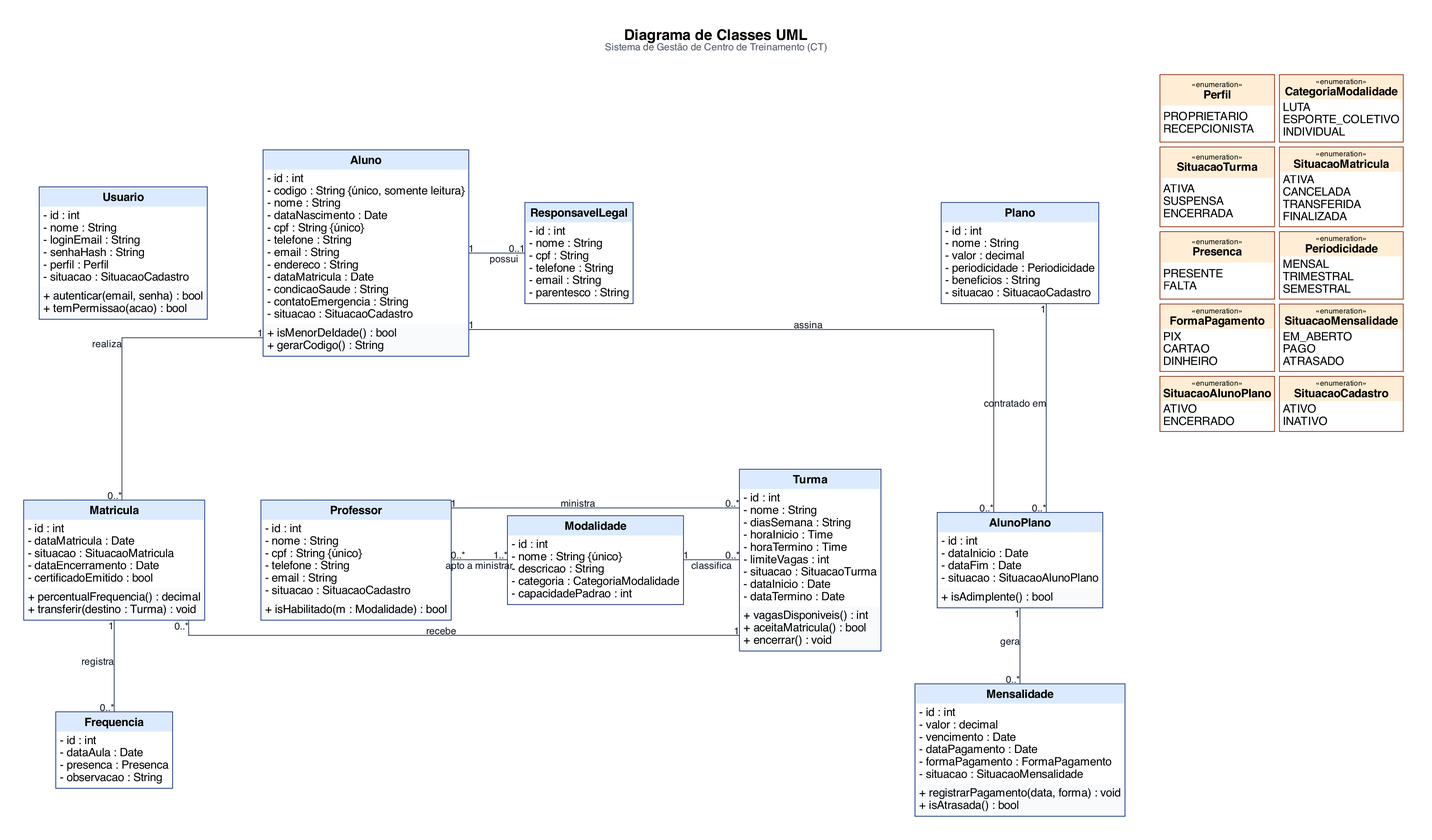
Before: docs/analise/diagramas/classes.png, a diagram exported from Graphviz (arthurvtl/centro-treinamento-devweb). Its source is kept beside it as docs/analise/diagramas/classes.dot.
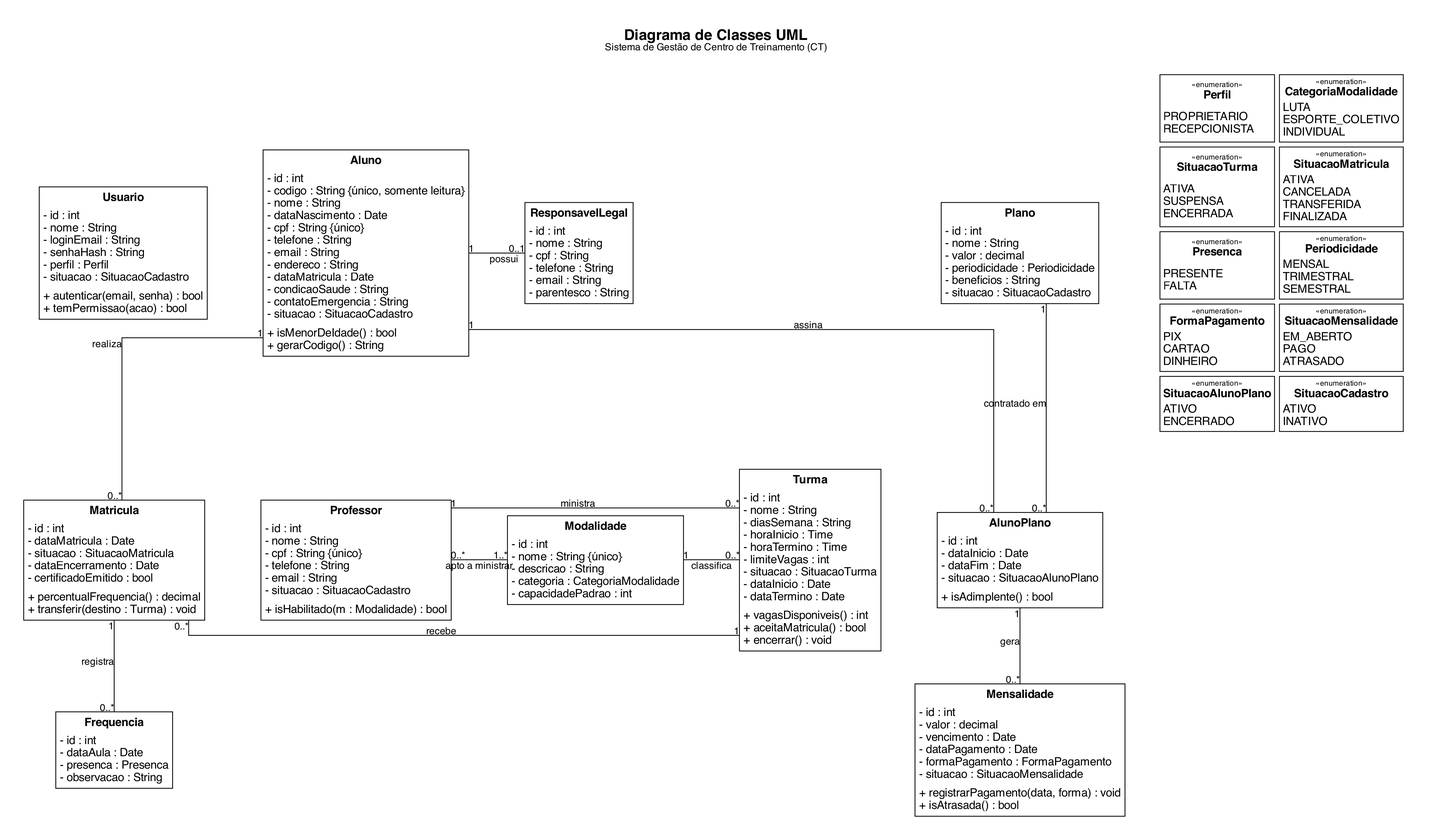
The same file after the commit.

Diff of the diagram source:
```diff
@@ -1,92 +1,92 @@
 digraph Classes {
   graph [
-    label=<<b>Diagrama de Classes UML</b><br/><font point-size="12" color="#4b5563">Sistema de Gestão de Centro de Treinamento (CT)</font><br/> >,
+    label=<<b>Diagrama de Classes UML</b><br/><font point-size="12" color="#000000">Sistema de Gestão de Centro de Treinamento (CT)</font><br/> >,
     labelloc=t, fontname="Helvetica", fontsize=18,
     rankdir=TB, splines=ortho, nodesep=0.95, ranksep=0.55, pad=0.4, bgcolor="white"
   ];
   node  [shape=plain, fontname="Helvetica", fontsize=14];
-  edge  [fontname="Helvetica", fontsize=12, color="#334155", fontcolor="#111827", arrowhead=none];
+  edge  [fontname="Helvetica", fontsize=12, color="#000000", fontcolor="#000000", arrowhead=none];
 
   Usuario [label=<
-    <table border="1" cellborder="0" cellspacing="0" cellpadding="4" color="#1e3a8a">
-      <tr><td bgcolor="#dbeafe"><b>Usuario</b></td></tr>
+    <table border="1" cellborder="0" cellspacing="0" cellpadding="4" color="#000000">
+      <tr><td><b>Usuario</b></td></tr>
       <tr><td align="left" balign="left">- id : int<br/>- nome : String<br/>- loginEmail : String<br/>- senhaHash : String<br/>- perfil : Perfil<br/>- situacao : SituacaoCadastro</td></tr>
-      <tr><td align="left" balign="left" bgcolor="#f8fafc">+ autenticar(email, senha) : bool<br/>+ temPermissao(acao) : bool</td></tr>
+      <tr><td align="left" balign="left">+ autenticar(email, senha) : bool<br/>+ temPermissao(acao) : bool</td></tr>
     </table>>];
 
   Aluno [label=<
-    <table border="1" cellborder="0" cellspacing="0" cellpadding="4" color="#1e3a8a">
-      <tr><td bgcolor="#dbeafe"><b>Aluno</b></td></tr>
+    <table border="1" cellborder="0" cellspacing="0" cellpadding="4" color="#000000">
+      <tr><td><b>Aluno</b></td></tr>
       <tr><td align="left" balign="left">- id : int<br/>- codigo : String {único, somente leitura}<br/>- nome : String<br/>- dataNascimento : Date<br/>- cpf : String {único}<br/>- telefone : String<br/>- email : String<br/>- endereco : String<br/>- dataMatricula : Date<br/>- condicaoSaude : String<br/>- contatoEmergencia : String<br/>- situacao : SituacaoCadastro</td></tr>
-      <tr><td align="left" balign="left" bgcolor="#f8fafc">+ isMenorDeIdade() : bool<br/>+ gerarCodigo() : String</td></tr>
+      <tr><td align="left" balign="left">+ isMenorDeIdade() : bool<br/>+ gerarCodigo() : String</td></tr>
     </table>>];
 
   ResponsavelLegal [label=<
-    <table border="1" cellborder="0" cellspacing="0" cellpadding="4" color="#1e3a8a">
-      <tr><td bgcolor="#dbeafe"><b>ResponsavelLegal</b></td></tr>
+    <table border="1" cellborder="0" cellspacing="0" cellpadding="4" color="#000000">
+      <tr><td><b>ResponsavelLegal</b></td></tr>
       <tr><td align="left" balign="left">- id : int<br/>- nome : String<br/>- cpf : String<br/>- telefone : String<br/>- email : String<br/>- parentesco : String</td></tr>
     </table>>];
 
   Professor [label=<
-    <table border="1" cellborder="0" cellspacing="0" cellpadding="4" color="#1e3a8a">
-      <tr><td bgcolor="#dbeafe"><b>Professor</b></td></tr>
+    <table border="1" cellborder="0" cellspacing="0" cellpadding="4" color="#000000">
+      <tr><td><b>Professor</b></td></tr>
       <tr><td align="left" balign="left">- id : int<br/>- nome : String<br/>- cpf : String {único}<br/>- telefone : String<br/>- email : String<br/>- situacao : SituacaoCadastro</td></tr>
-      <tr><td align="left" balign="left" bgcolor="#f8fafc">+ isHabilitado(m : Modalidade) : bool</td></tr>
+      <tr><td align="left" balign="left">+ isHabilitado(m : Modalidade) : bool</td></tr>
     </table>>];
 
   Modalidade [label=<
-    <table border="1" cellborder="0" cellspacing="0" cellpadding="4" color="#1e3a8a">
-      <tr><td bgcolor="#dbeafe"><b>Modalidade</b></td></tr>
+    <table border="1" cellborder="0" cellspacing="0" cellpadding="4" color="#000000">
+      <tr><td><b>Modalidade</b></td></tr>
       <tr><td align="left" balign="left">- id : int<br/>- nome : String {único}<br/>- descricao : String<br/>- categoria : CategoriaModalidade<br/>- capacidadePadrao : int</td></tr>
     </table>>];
 
   Turma [label=<
-    <table border="1" cellborder="0" cellspacing="0" cellpadding="4" color="#1e3a8a">
-      <tr><td bgcolor="#dbeafe"><b>Turma</b></td></tr>
+    <table border="1" cellborder="0" cellspacing="0" cellpadding="4" color="#000000">
+      <tr><td><b>Turma</b></td></tr>
       <tr><td align="left" balign="left">- id : int<br/>- nome : String<br/>- diasSemana : String<br/>- horaInicio : Time<br/>- horaTermino : Time<br/>- limiteVagas : int<br/>- situacao : SituacaoTurma<br/>- dataInicio : Date<br/>- dataTermino : Date</td></tr>
-      <tr><td align="left" balign="left" bgcolor="#f8fafc">+ vagasDisponiveis() : int<br/>+ aceitaMatricula() : bool<br/>+ encerrar() : void</td></tr>
+      <tr><td align="left" balign="left">+ vagasDisponiveis() : int<br/>+ aceitaMatricula() : bool<br/>+ encerrar() : void</td></tr>
     </table>>];
 
   Matricula [label=<
-    <table border="1" cellborder="0" cellspacing="0" cellpadding="4" color="#1e3a8a">
-      <tr><td bgcolor="#dbeafe"><b>Matricula</b></td></tr>
+    <table border="1" cellborder="0" cellspacing="0" cellpadding="4" color="#000000">
+      <tr><td><b>Matricula</b></td></tr>
       <tr><td align="left" balign="left">- id : int<br/>- dataMatricula : Date<br/>- situacao : SituacaoMatricula<br/>- dataEncerramento : Date<br/>- certificadoEmitido : bool</td></tr>
-      <tr><td align="left" balign="left" bgcolor="#f8fafc">+ percentualFrequencia() : decimal<br/>+ transferir(destino : Turma) : void</td></tr>
+      <tr><td align="left" balign="left">+ percentualFrequencia() : decimal<br/>+ transferir(destino : Turma) : void</td></tr>
     </table>>];
 
   Frequencia [label=<
-    <table border="1" cellborder="0" cellspacing="0" cellpadding="4" color="#1e3a8a">
-      <tr><td bgcolor="#dbeafe"><b>Frequencia</b></td></tr>
+    <table border="1" cellborder="0" cellspacing="0" cellpadding="4" color="#000000">
+      <tr><td><b>Frequencia</b></td></tr>
       <tr><td align="left" balign="left">- id : int<br/>- dataAula : Date<br/>- presenca : Presenca<br/>- observacao : String</td></tr>
     </table>>];
 
   Plano [label=<
-    <table border="1" cellborder="0" cellspacing="0" cellpadding="4" color="#1e3a8a">
-      <tr><td bgcolor="#dbeafe"><b>Plano</b></td></tr>
+    <table border="1" cellborder="0" cellspacing="0" cellpadding="4" color="#000000">
+      <tr><td><b>Plano</b></td></tr>
       <tr><td align="left" balign="left">- id : int<br/>- nome : String<br/>- valor : decimal<br/>- periodicidade : Periodicidade<br/>- beneficios : String<br/>- situacao : SituacaoCadastro</td></tr>
     </table>>];
 
   AlunoPlano [label=<
-    <table border="1" cellborder="0" cellspacing="0" cellpadding="4" color="#1e3a8a">
-      <tr><td bgcolor="#dbeafe"><b>AlunoPlano</b></td></tr>
+    <table border="1" cellborder="0" cellspacing="0" cellpadding="4" color="#000000">
+      <tr><td><b>AlunoPlano</b></td></tr>
       <tr><td align="left" balign="left">- id : int<br/>- dataInicio : Date<br/>- dataFim : Date<br/>- situacao : SituacaoAlunoPlano</td></tr>
-      <tr><td align="left" balign="left" bgcolor="#f8fafc">+ isAdimplente() : bool</td></tr>
+      <tr><td align="left" balign="left">+ isAdimplente() : bool</td></tr>
     </table>>];
 
   Mensalidade [label=<
-    <table border="1" cellborder="0" cellspacing="0" cellpadding="4" color="#1e3a8a">
-      <tr><td bgcolor="#dbeafe"><b>Mensalidade</b></td></tr>
+    <table border="1" cellborder="0" cellspacing="0" cellpadding="4" color="#000000">
+      <tr><td><b>Mensalidade</b></td></tr>
       <tr><td align="left" balign="left">- id : int<br/>- valor : decimal<br/>- vencimento : Date<br/>- dataPagamento : Date<br/>- formaPagamento : FormaPagamento<br/>- situacao : SituacaoMensalidade</td></tr>
-      <tr><td align="left" balign="left" bgcolor="#f8fafc">+ registrarPagamento(data, forma) : void<br/>+ isAtrasada() : bool</td></tr>
+      <tr><td align="left" balign="left">+ registrarPagamento(data, forma) : void<br/>+ isAtrasada() : bool</td></tr>
     </table>>];
 
   Enums [label=<
     <table border="0" cellborder="0" cellspacing="6" cellpadding="0">
-      <tr><td><table border="1" cellborder="0" cellspacing="0" cellpadding="3" color="#9a3412"><tr><td bgcolor="#ffedd5"><font point-size="9">«enumeration»</font><br/><b>Perfil</b></td></tr><tr><td align="left" balign="left">PROPRIETARIO<br/>RECEPCIONISTA</td></tr></table></td><td><table border="1" cellborder="0" cellspacing="0" cellpadding="3" color="#9a3412"><tr><td bgcolor="#ffedd5"><font point-size="9">«enumeration»</font><br/><b>CategoriaModalidade</b></td></tr><tr><td align="left" balign="left">LUTA<br/>ESPORTE_COLETIVO<br/>INDIVIDUAL</td></tr></table></td></tr>
-      <tr><td><table border="1" cellborder="0" cellspacing="0" cellpadding="3" color="#9a3412"><tr><td bgcolor="#ffedd5"><font point-size="9">«enumeration»</font><br/><b>SituacaoTurma</b></td></tr><tr><td align="left" balign="left">ATIVA<br/>SUSPENSA<br/>ENCERRADA</td></tr></table></td><td><table border="1" cellborder="0" cellspacing="0" cellpadding="3" color="#9a3412"><tr><td bgcolor="#ffedd5"><font point-size="9">«enumeration»</font><br/><b>SituacaoMatricula</b></td></tr><tr><td align="left" balign="left">ATIVA<br/>CANCELADA<br/>TRANSFERIDA<br/>FINALIZADA</td></tr></table></td></tr>
-      <tr><td><table border="1" cellborder="0" cellspacing="0" cellpadding="3" color="#9a3412"><tr><td bgcolor="#ffedd5"><font point-size="9">«enumeration»</font><br/><b>Presenca</b></td></tr><tr><td align="left" balign="left">PRESENTE<br/>FALTA</td></tr></table></td><td><table border="1" cellborder="0" cellspacing="0" cellpadding="3" color="#9a3412"><tr><td bgcolor="#ffedd5"><font point-size="9">«enumeration»</font><br/><b>Periodicidade</b></td></tr><tr><td align="left" balign="left">MENSAL<br/>TRIMESTRAL<br/>SEMESTRAL</td></tr></table></td></tr>
-      <tr><td><table border="1" cellborder="0" cellspacing="0" cellpadding="3" color="#9a3412"><tr><td bgcolor="#ffedd5"><font point-size="9">«enumeration»</font><br/><b>FormaPagamento</b></td></tr><tr><td align="left" balign="left">PIX<br/>CARTAO<br/>DINHEIRO</td></tr></table></td><td><table border="1" cellborder="0" cellspacing="0" cellpadding="3" color="#9a3412"><tr><td bgcolor="#ffedd5"><font point-size="9">«enumeration»</font><br/><b>SituacaoMensalidade</b></td></tr><tr><td align="left" balign="left">EM_ABERTO<br/>PAGO<br/>ATRASADO</td></tr></table></td></tr>
-      <tr><td><table border="1" cellborder="0" cellspacing="0" cellpadding="3" color="#9a3412"><tr><td bgcolor="#ffedd5"><font point-size="9">«enumeration»</font><br/><b>SituacaoAlunoPlano</b></td></tr><tr><td align="left" balign="left">ATIVO<br/>ENCERRADO</td></tr></table></td><td><table border="1" cellborder="0" cellspacing="0" cellpadding="3" color="#9a3412"><tr><td bgcolor="#ffedd5"><font point-size="9">«enumeration»</font><br/><b>SituacaoCadastro</b></td></tr><tr><td align="left" balign="left">ATIVO<br/>INATIVO</td></tr></table></td></tr>
+      <tr><td><table border="1" cellborder="0" cellspacing="0" cellpadding="3" color="#000000"><tr><td><font point-size="9">«enumeration»</font><br/><b>Perfil</b></td></tr><tr><td align="left" balign="left">PROPRIETARIO<br/>RECEPCIONISTA</td></tr></table></td><td><table border="1" cellborder="0" cellspacing="0" cellpadding="3" color="#000000"><tr><td><font point-size="9">«enumeration»</font><br/><b>CategoriaModalidade</b></td></tr><tr><td align="left" balign="left">LUTA<br/>ESPORTE_COLETIVO<br/>INDIVIDUAL</td></tr></table></td></tr>
+      <tr><td><table border="1" cellborder="0" cellspacing="0" cellpadding="3" color="#000000"><tr><td><font point-size="9">«enumeration»</font><br/><b>SituacaoTurma</b></td></tr><tr><td align="left" balign="left">ATIVA<br/>SUSPENSA<br/>ENCERRADA</td></tr></table></td><td><table border="1" cellborder="0" cellspacing="0" cellpadding="3" color="#000000"><tr><td><font point-size="9">«enumeration»</font><br/><b>SituacaoMatricula</b></td></tr><tr><td align="left" balign="left">ATIVA<br/>CANCELADA<br/>TRANSFERIDA<br/>FINALIZADA</td></tr></table></td></tr>
+      <tr><td><table border="1" cellborder="0" cellspacing="0" cellpadding="3" color="#000000"><tr><td><font point-size="9">«enumeration»</font><br/><b>Presenca</b></td></tr><tr><td align="left" balign="left">PRESENTE<br/>FALTA</td></tr></table></td><td><table border="1" cellborder="0" cellspacing="0" cellpadding="3" color="#000000"><tr><td><font point-size="9">«enumeration»</font><br/><b>Periodicidade</b></td></tr><tr><td align="left" balign="left">MENSAL<br/>TRIMESTRAL<br/>SEMESTRAL</td></tr></table></td></tr>
+      <tr><td><table border="1" cellborder="0" cellspacing="0" cellpadding="3" color="#000000"><tr><td><font point-size="9">«enumeration»</font><br/><b>FormaPagamento</b></td></tr><tr><td align="left" balign="left">PIX<br/>CARTAO<br/>DINHEIRO</td></tr></table></td><td><table border="1" cellborder="0" cellspacing="0" cellpadding="3" color="#000000"><tr><td><font point-size="9">«enumeration»</font><br/><b>SituacaoMensalidade</b></td></tr><tr><td align="left" balign="left">EM_ABERTO<br/>PAGO<br/>ATRASADO</td></tr></table></td></tr>
+      <tr><td><table border="1" cellborder="0" cellspacing="0" cellpadding="3" color="#000000"><tr><td><font point-size="9">«enumeration»</font><br/><b>SituacaoAlunoPlano</b></td></tr><tr><td align="left" balign="left">ATIVO<br/>ENCERRADO</td></tr></table></td><td><table border="1" cellborder="0" cellspacing="0" cellpadding="3" color="#000000"><tr><td><font point-size="9">«enumeration»</font><br/><b>SituacaoCadastro</b></td></tr><tr><td align="left" balign="left">ATIVO<br/>INATIVO</td></tr></table></td></tr>
     </table>>];
 
   { rank=same; Usuario; ResponsavelLegal; Aluno; Plano; Enums; }
```
